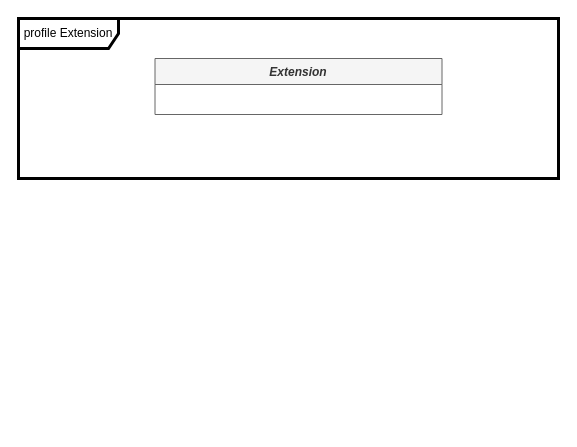
The draw.io diagram page "Extension" (10 of 11) of model.drawio in spdx/spdx-3-model, before the edit. Source tidied: cells renumbered, new cells numbered last; positions are measured from the earlier drawing's top-left corner, leaving out a move shared by most shapes. Both pictures are drawn from the tidied source at 100%, with x=0, y=0 at pixel (18, 18).
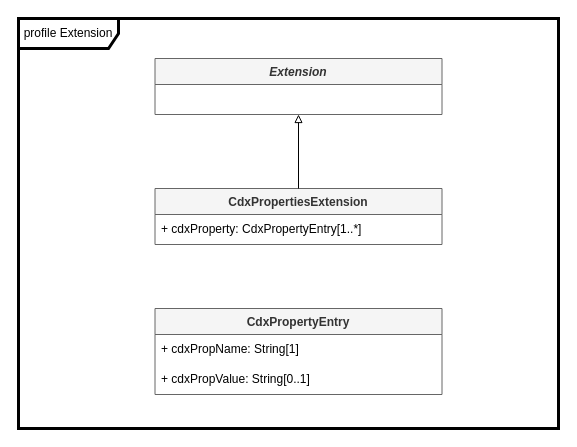
The same diagram, later.

The edit, as a diff of the source:
```diff
@@
 <mxGraphModel>
   <root>
     <mxCell id="0" />
     <mxCell id="1" parent="0" />
     <mxCell id="2" value="profile Extension" style="shape=umlFrame;whiteSpace=wrap;html=1;width=100;height=30;strokeWidth=3;" parent="1" vertex="1">
-      <mxGeometry width="540" height="160" as="geometry" />
+      <mxGeometry width="540" height="410" as="geometry" />
     </mxCell>
     <mxCell id="3" value="Extension" style="swimlane;fontStyle=3;horizontal=1;startSize=26;fillColor=#f5f5f5;strokeColor=#666666;fontColor=#333333;" parent="1" vertex="1">
       <mxGeometry x="136.5" y="40" width="287" height="56" as="geometry" />
     </mxCell>
+    <mxCell id="4" value="CdxPropertiesExtension" style="swimlane;fontStyle=1;horizontal=1;startSize=26;fillColor=#f5f5f5;strokeColor=#666666;fontColor=#333333;" parent="1" vertex="1">
+      <mxGeometry x="136.5" y="170" width="287" height="56" as="geometry" />
+    </mxCell>
+    <mxCell id="5" value="+ cdxProperty: CdxPropertyEntry[1..*]" style="text;strokeColor=none;fillColor=none;align=left;verticalAlign=middle;spacingLeft=4;spacingRight=4;overflow=hidden;whiteSpace=wrap;html=1;" parent="4" vertex="1">
+      <mxGeometry y="26" width="287" height="30" as="geometry" />
+    </mxCell>
+    <mxCell id="6" value="CdxPropertyEntry" style="swimlane;fontStyle=1;horizontal=1;startSize=26;fillColor=#f5f5f5;strokeColor=#666666;fontColor=#333333;" parent="1" vertex="1">
+      <mxGeometry x="136.5" y="290" width="287" height="86" as="geometry" />
+    </mxCell>
+    <mxCell id="7" value="+ cdxPropName: String[1]" style="text;strokeColor=none;fillColor=none;align=left;verticalAlign=middle;spacingLeft=4;spacingRight=4;overflow=hidden;whiteSpace=wrap;html=1;" parent="6" vertex="1">
+      <mxGeometry y="26" width="287" height="30" as="geometry" />
+    </mxCell>
+    <mxCell id="8" value="+ cdxPropValue: String[0..1]" style="text;strokeColor=none;fillColor=none;align=left;verticalAlign=middle;spacingLeft=4;spacingRight=4;overflow=hidden;whiteSpace=wrap;html=1;" parent="6" vertex="1">
+      <mxGeometry y="56" width="287" height="30" as="geometry" />
+    </mxCell>
+    <mxCell id="9" style="endArrow=block;html=1;rounded=0;entryX=0.5;entryY=1;entryDx=0;entryDy=0;exitX=0.5;exitY=0;exitDx=0;exitDy=0;endFill=0;" parent="1" edge="1" source="4" target="3">
+      <mxGeometry relative="1" as="geometry" />
+    </mxCell>
   </root>
 </mxGraphModel>
```
